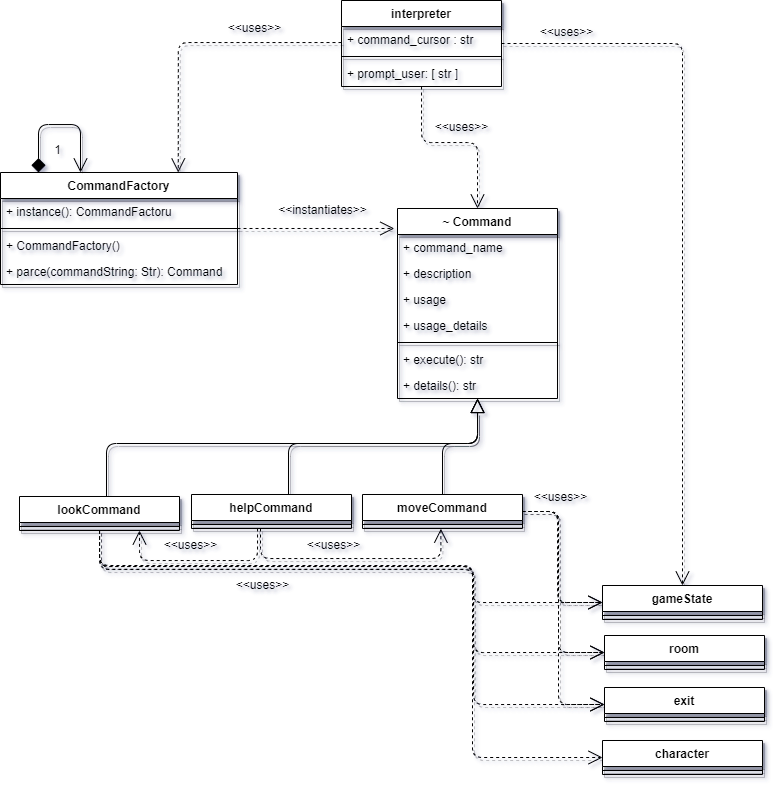
TorroesPrime/RoomOneOhOne keeps this draw.io diagram as gfx/base relations-command system.drawio.png. Above is the earlier version. Source tidied: cells renumbered, new cells last; positions are measured from the earlier drawing's top-left corner, leaving out a move shared by most shapes.
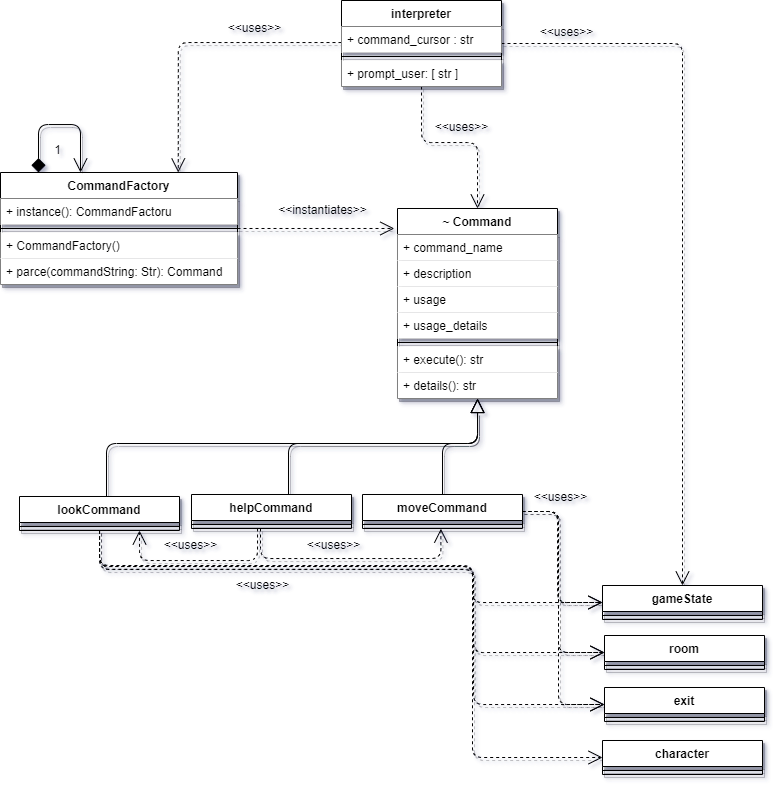
After the commit.

Diff of the diagram source:
```diff
@@ -18,13 +18,13 @@
     <mxCell id="5" value="interpreter" style="swimlane;fontStyle=1;align=center;verticalAlign=top;horizontal=1;startSize=26;shadow=1;strokeColor=default;fillColor=default;" parent="1" vertex="1">
       <mxGeometry x="341" width="160" height="86" as="geometry" />
     </mxCell>
-    <mxCell id="6" value="+ command_cursor : str" style="text;strokeColor=none;fillColor=none;align=left;verticalAlign=top;spacingLeft=4;spacingRight=4;overflow=hidden;shadow=1;" parent="5" vertex="1">
+    <mxCell id="6" value="+ command_cursor : str" style="text;strokeColor=none;fillColor=default;align=left;verticalAlign=top;spacingLeft=4;spacingRight=4;overflow=hidden;shadow=1;" parent="5" vertex="1">
       <mxGeometry y="26" width="160" height="26" as="geometry" />
     </mxCell>
-    <mxCell id="7" style="line;strokeWidth=1;fillColor=none;align=left;verticalAlign=middle;spacingTop=-1;spacingLeft=3;spacingRight=3;labelPosition=right;shadow=1;" parent="5" vertex="1">
+    <mxCell id="7" style="line;strokeWidth=1;fillColor=default;align=left;verticalAlign=middle;spacingTop=-1;spacingLeft=3;spacingRight=3;labelPosition=right;shadow=1;" parent="5" vertex="1">
       <mxGeometry y="52" width="160" height="8" as="geometry" />
     </mxCell>
-    <mxCell id="8" value="+ prompt_user: [ str ]" style="text;strokeColor=none;fillColor=none;align=left;verticalAlign=top;spacingLeft=4;spacingRight=4;overflow=hidden;shadow=1;" parent="5" vertex="1">
+    <mxCell id="8" value="+ prompt_user: [ str ]" style="text;strokeColor=none;fillColor=default;align=left;verticalAlign=top;spacingLeft=4;spacingRight=4;overflow=hidden;shadow=1;" parent="5" vertex="1">
       <mxGeometry y="60" width="160" height="26" as="geometry" />
     </mxCell>
     <mxCell id="9" style="edgeStyle=orthogonalEdgeStyle;jettySize=auto;html=1;entryX=-0.02;entryY=-0.231;entryDx=0;entryDy=0;entryPerimeter=0;startArrow=none;startFill=0;endArrow=open;endFill=0;startSize=12;endSize=12;dashed=1;shadow=1;" parent="1" edge="1" source="10" target="19">
@@ -33,16 +33,16 @@
     <mxCell id="10" value="CommandFactory" style="swimlane;fontStyle=1;align=center;verticalAlign=top;horizontal=1;startSize=26;shadow=1;strokeColor=default;fillColor=default;" parent="1" vertex="1">
       <mxGeometry y="172" width="237" height="112" as="geometry" />
     </mxCell>
-    <mxCell id="11" value="+ instance(): CommandFactoru" style="text;strokeColor=none;fillColor=none;align=left;verticalAlign=top;spacingLeft=4;spacingRight=4;overflow=hidden;shadow=1;" parent="10" vertex="1">
+    <mxCell id="11" value="+ instance(): CommandFactoru" style="text;strokeColor=none;fillColor=default;align=left;verticalAlign=top;spacingLeft=4;spacingRight=4;overflow=hidden;shadow=1;" parent="10" vertex="1">
       <mxGeometry y="26" width="237" height="26" as="geometry" />
     </mxCell>
-    <mxCell id="12" style="line;strokeWidth=1;fillColor=none;align=left;verticalAlign=middle;spacingTop=-1;spacingLeft=3;spacingRight=3;labelPosition=right;shadow=1;" parent="10" vertex="1">
+    <mxCell id="12" style="line;strokeWidth=1;fillColor=default;align=left;verticalAlign=middle;spacingTop=-1;spacingLeft=3;spacingRight=3;labelPosition=right;shadow=1;" parent="10" vertex="1">
       <mxGeometry y="52" width="237" height="8" as="geometry" />
     </mxCell>
-    <mxCell id="13" value="+ CommandFactory()" style="text;strokeColor=none;fillColor=none;align=left;verticalAlign=top;spacingLeft=4;spacingRight=4;overflow=hidden;shadow=1;" parent="10" vertex="1">
+    <mxCell id="13" value="+ CommandFactory()" style="text;strokeColor=none;fillColor=default;align=left;verticalAlign=top;spacingLeft=4;spacingRight=4;overflow=hidden;shadow=1;" parent="10" vertex="1">
       <mxGeometry y="60" width="237" height="26" as="geometry" />
     </mxCell>
-    <mxCell id="14" value="+ parce(commandString: Str): Command" style="text;strokeColor=none;fillColor=none;align=left;verticalAlign=top;spacingLeft=4;spacingRight=4;overflow=hidden;shadow=1;" parent="10" vertex="1">
+    <mxCell id="14" value="+ parce(commandString: Str): Command" style="text;strokeColor=none;fillColor=default;align=left;verticalAlign=top;spacingLeft=4;spacingRight=4;overflow=hidden;shadow=1;" parent="10" vertex="1">
       <mxGeometry y="86" width="237" height="26" as="geometry" />
     </mxCell>
     <mxCell id="15" value="&amp;lt;&amp;lt;uses&amp;gt;&amp;gt;" style="text;html=1;align=center;verticalAlign=middle;strokeColor=none;fillColor=none;shadow=1;" parent="1" vertex="1">
@@ -63,25 +63,25 @@
     <mxCell id="18" value="~ Command" style="swimlane;fontStyle=1;align=center;verticalAlign=top;horizontal=1;startSize=26;shadow=1;strokeColor=default;fillColor=default;" parent="1" vertex="1">
       <mxGeometry x="397" y="208" width="160" height="190" as="geometry" />
     </mxCell>
-    <mxCell id="19" value="+ command_name" style="text;strokeColor=none;fillColor=none;align=left;verticalAlign=top;spacingLeft=4;spacingRight=4;overflow=hidden;points=[[0,0.5],[1,0.5]];portConstraint=eastwest;shadow=1;" parent="18" vertex="1">
+    <mxCell id="19" value="+ command_name" style="text;strokeColor=none;fillColor=default;align=left;verticalAlign=top;spacingLeft=4;spacingRight=4;overflow=hidden;points=[[0,0.5],[1,0.5]];portConstraint=eastwest;shadow=1;" parent="18" vertex="1">
       <mxGeometry y="26" width="160" height="26" as="geometry" />
     </mxCell>
-    <mxCell id="20" value="+ description" style="text;strokeColor=none;fillColor=none;align=left;verticalAlign=top;spacingLeft=4;spacingRight=4;overflow=hidden;shadow=1;" parent="18" vertex="1">
+    <mxCell id="20" value="+ description" style="text;strokeColor=none;fillColor=default;align=left;verticalAlign=top;spacingLeft=4;spacingRight=4;overflow=hidden;shadow=1;" parent="18" vertex="1">
       <mxGeometry y="52" width="160" height="26" as="geometry" />
     </mxCell>
-    <mxCell id="21" value="+ usage" style="text;strokeColor=none;fillColor=none;align=left;verticalAlign=top;spacingLeft=4;spacingRight=4;overflow=hidden;shadow=1;" parent="18" vertex="1">
+    <mxCell id="21" value="+ usage" style="text;strokeColor=none;fillColor=default;align=left;verticalAlign=top;spacingLeft=4;spacingRight=4;overflow=hidden;shadow=1;" parent="18" vertex="1">
       <mxGeometry y="78" width="160" height="26" as="geometry" />
     </mxCell>
-    <mxCell id="22" value="+ usage_details" style="text;strokeColor=none;fillColor=none;align=left;verticalAlign=top;spacingLeft=4;spacingRight=4;overflow=hidden;shadow=1;" parent="18" vertex="1">
+    <mxCell id="22" value="+ usage_details" style="text;strokeColor=none;fillColor=default;align=left;verticalAlign=top;spacingLeft=4;spacingRight=4;overflow=hidden;shadow=1;" parent="18" vertex="1">
       <mxGeometry y="104" width="160" height="26" as="geometry" />
     </mxCell>
-    <mxCell id="23" style="line;strokeWidth=1;fillColor=none;align=left;verticalAlign=middle;spacingTop=-1;spacingLeft=3;spacingRight=3;labelPosition=right;shadow=1;" parent="18" vertex="1">
+    <mxCell id="23" style="line;strokeWidth=1;fillColor=default;align=left;verticalAlign=middle;spacingTop=-1;spacingLeft=3;spacingRight=3;labelPosition=right;shadow=1;" parent="18" vertex="1">
       <mxGeometry y="130" width="160" height="8" as="geometry" />
     </mxCell>
-    <mxCell id="24" value="+ execute(): str" style="text;strokeColor=none;fillColor=none;align=left;verticalAlign=top;spacingLeft=4;spacingRight=4;overflow=hidden;shadow=1;" parent="18" vertex="1">
+    <mxCell id="24" value="+ execute(): str" style="text;strokeColor=none;fillColor=default;align=left;verticalAlign=top;spacingLeft=4;spacingRight=4;overflow=hidden;shadow=1;" parent="18" vertex="1">
       <mxGeometry y="138" width="160" height="26" as="geometry" />
     </mxCell>
-    <mxCell id="25" value="+ details(): str" style="text;strokeColor=none;fillColor=none;align=left;verticalAlign=top;spacingLeft=4;spacingRight=4;overflow=hidden;shadow=1;" parent="18" vertex="1">
+    <mxCell id="25" value="+ details(): str" style="text;strokeColor=none;fillColor=default;align=left;verticalAlign=top;spacingLeft=4;spacingRight=4;overflow=hidden;shadow=1;" parent="18" vertex="1">
       <mxGeometry y="164" width="160" height="26" as="geometry" />
     </mxCell>
     <mxCell id="26" value="&amp;lt;&amp;lt;instantiates&amp;gt;&amp;gt;" style="text;html=1;align=center;verticalAlign=middle;strokeColor=none;fillColor=none;shadow=1;" parent="1" vertex="1">
```
